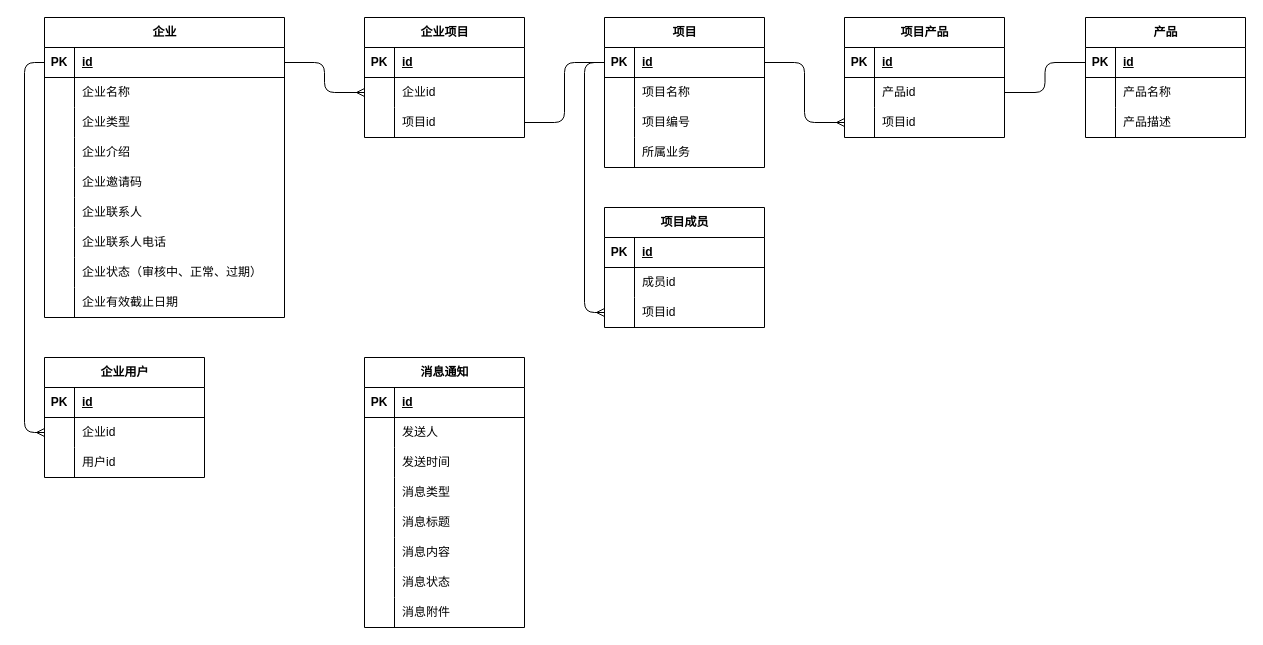
The draw.io diagram page "E-R图" (1 of 3) of others/产品中心.drawio in Qunz/drawio, before the edit. Source tidied: cells renumbered, new cells numbered last; positions are measured from the earlier drawing's top-left corner, leaving out a move shared by most shapes. Both pictures are drawn from the tidied source at 100%, with x=0, y=0 at pixel (44, 17).
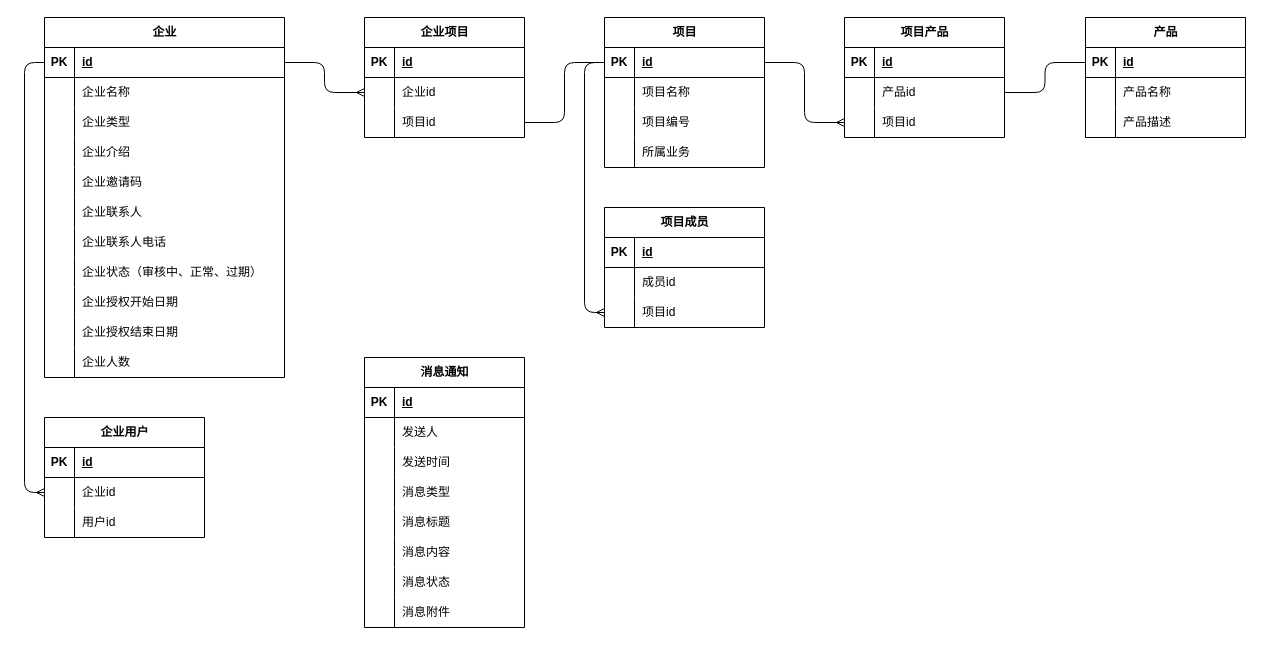
After the change.

Diff of the diagram source:
```diff
@@
     <mxCell id="2" value="企业" style="shape=table;startSize=30;childLayout=tableLayout;rowLines=0;fontStyle=1;align=center;html=1;" parent="1" vertex="1">
-      <mxGeometry width="240" height="300" as="geometry" />
+      <mxGeometry width="240" height="360" as="geometry" />
     </mxCell>
@@
+    <mxCell id="124" style="shape=tableRow;horizontal=0;startSize=0;swimlaneHead=0;swimlaneBody=0;fillColor=none;top=0;left=0;right=0;bottom=0;" parent="2" vertex="1">
+      <mxGeometry y="270" width="240" height="30" as="geometry" />
+    </mxCell>
+    <mxCell id="125" style="shape=partialRectangle;fillColor=none;top=0;left=0;bottom=0;right=0;overflow=hidden;whiteSpace=wrap;html=1;" parent="124" vertex="1">
+      <mxGeometry width="30" height="30" as="geometry" />
+    </mxCell>
+    <mxCell id="126" value="企业授权开始日期" style="shape=partialRectangle;fillColor=none;top=0;left=0;bottom=0;right=0;align=left;spacingLeft=6;overflow=hidden;whiteSpace=wrap;html=1;" parent="124" vertex="1">
+      <mxGeometry x="30" width="210" height="30" as="geometry" />
+    </mxCell>
     <mxCell id="27" style="shape=tableRow;horizontal=0;startSize=0;swimlaneHead=0;swimlaneBody=0;fillColor=none;top=0;left=0;right=0;bottom=0;" parent="2" vertex="1">
-      <mxGeometry y="270" width="240" height="30" as="geometry" />
+      <mxGeometry y="300" width="240" height="30" as="geometry" />
     </mxCell>
@@
-    <mxCell id="29" value="企业有效截止日期" style="shape=partialRectangle;fillColor=none;top=0;left=0;bottom=0;right=0;align=left;spacingLeft=6;overflow=hidden;whiteSpace=wrap;html=1;" parent="27" vertex="1">
+    <mxCell id="29" value="企业授权结束日期" style="shape=partialRectangle;fillColor=none;top=0;left=0;bottom=0;right=0;align=left;spacingLeft=6;overflow=hidden;whiteSpace=wrap;html=1;" parent="27" vertex="1">
       <mxGeometry x="30" width="210" height="30" as="geometry" />
     </mxCell>
+    <mxCell id="127" style="shape=tableRow;horizontal=0;startSize=0;swimlaneHead=0;swimlaneBody=0;fillColor=none;top=0;left=0;right=0;bottom=0;" parent="2" vertex="1">
+      <mxGeometry y="330" width="240" height="30" as="geometry" />
+    </mxCell>
+    <mxCell id="128" style="shape=partialRectangle;fillColor=none;top=0;left=0;bottom=0;right=0;overflow=hidden;whiteSpace=wrap;html=1;" parent="127" vertex="1">
+      <mxGeometry width="30" height="30" as="geometry" />
+    </mxCell>
+    <mxCell id="129" value="企业人数" style="shape=partialRectangle;fillColor=none;top=0;left=0;bottom=0;right=0;align=left;spacingLeft=6;overflow=hidden;whiteSpace=wrap;html=1;" parent="127" vertex="1">
+      <mxGeometry x="30" width="210" height="30" as="geometry" />
+    </mxCell>
@@
     <mxCell id="90" value="企业用户" style="shape=table;startSize=30;childLayout=tableLayout;rowLines=0;fontStyle=1;align=center;html=1;" parent="1" vertex="1">
-      <mxGeometry y="340" width="160" height="120" as="geometry" />
+      <mxGeometry y="400" width="160" height="120" as="geometry" />
     </mxCell>
```
